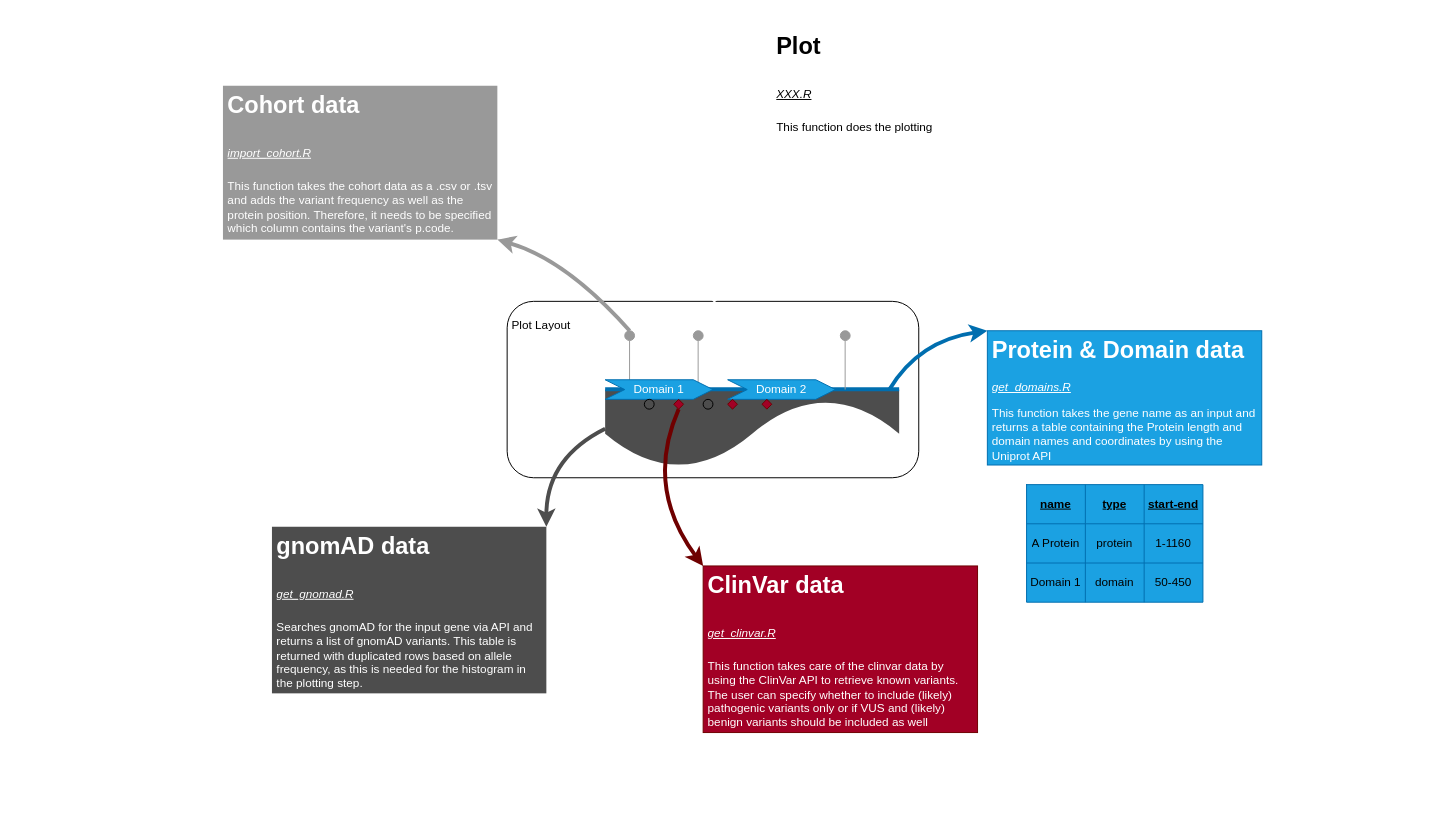
RJauss/LolliplotR keeps this draw.io diagram as images/functions_overview.drawio. Above is the earlier version. Source tidied: cells renumbered, new cells numbered last; positions are measured from the earlier drawing's top-left corner, leaving out a move shared by most shapes. Both pictures are drawn from the tidied source at 98%, with x=0, y=0 at pixel (222, 26).
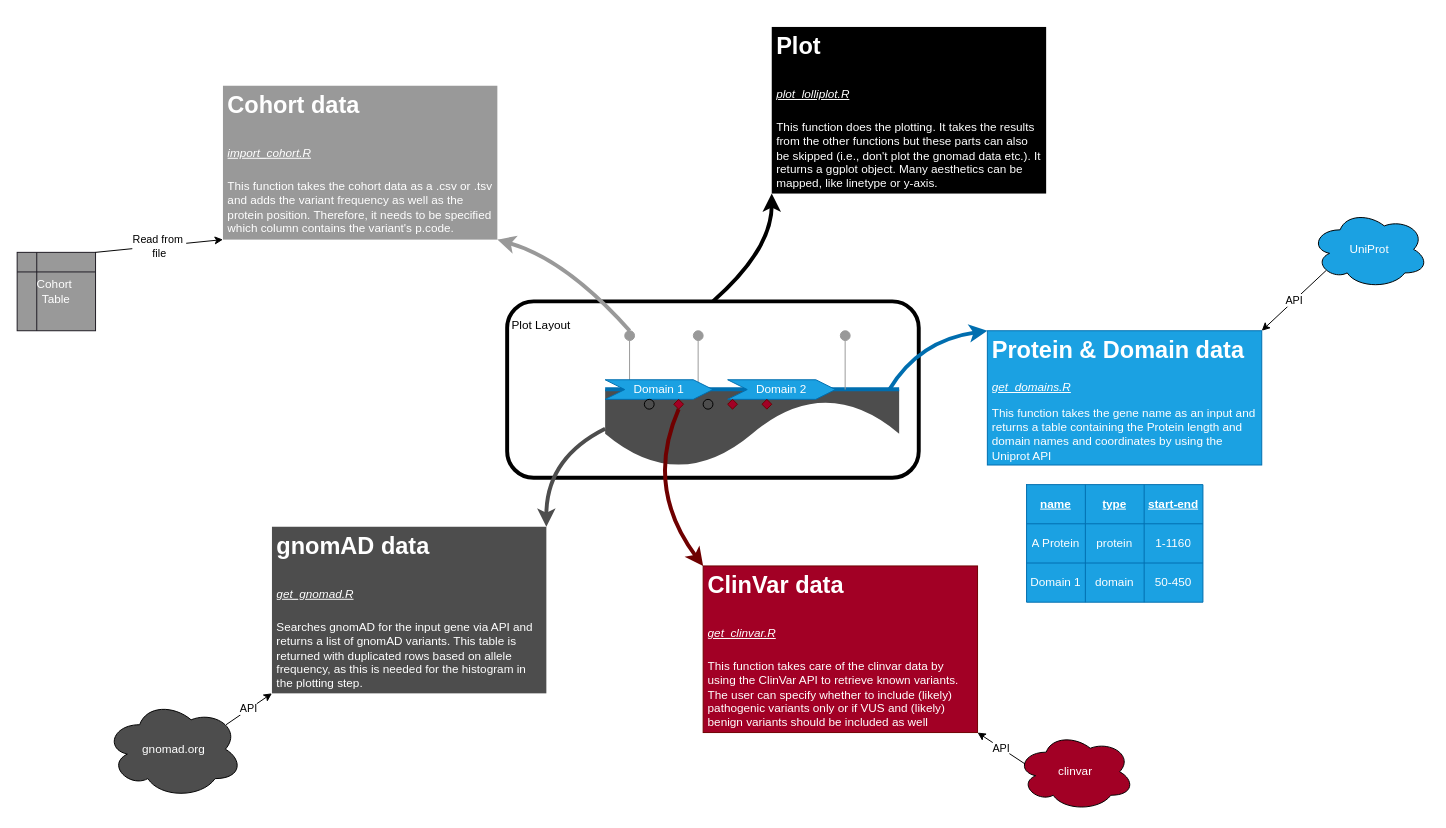
After the change.

Unchanged cells that the change refers to:
```xml
<mxCell id="19" value="&lt;h1&gt;Protein &amp;amp; Domain data&lt;/h1&gt;&lt;p&gt;&lt;u&gt;&lt;i&gt;get_domains.R&lt;/i&gt;&lt;/u&gt;&lt;/p&gt;&lt;p&gt;This function takes the gene name as an input and returns a table containing the Protein length and domain names and coordinates by using the Uniprot API&lt;/p&gt;" style="text;html=1;strokeColor=#006EAF;fillColor=#1ba1e2;spacing=5;spacingTop=-20;whiteSpace=wrap;overflow=hidden;rounded=0;fontColor=#ffffff;" parent="1" vertex="1">
  <mxGeometry x="780" y="310" width="280" height="137" as="geometry" />
</mxCell>
<mxCell id="22" style="shape=tableRow;horizontal=0;startSize=0;swimlaneHead=0;swimlaneBody=0;top=0;left=0;bottom=0;right=0;fillColor=none;strokeColor=default;" parent="21" vertex="1">
  <mxGeometry width="180" height="40" as="geometry" />
</mxCell>
<mxCell id="26" style="shape=tableRow;horizontal=0;startSize=0;swimlaneHead=0;swimlaneBody=0;top=0;left=0;bottom=0;right=0;fillColor=none;strokeColor=default;" parent="21" vertex="1">
  <mxGeometry y="40" width="180" height="40" as="geometry" />
</mxCell>
<mxCell id="30" style="shape=tableRow;horizontal=0;startSize=0;swimlaneHead=0;swimlaneBody=0;top=0;left=0;bottom=0;right=0;fillColor=none;strokeColor=default;" parent="21" vertex="1">
  <mxGeometry y="80" width="180" height="40" as="geometry" />
</mxCell>
<mxCell id="35" value="&lt;h1&gt;&lt;span style=&quot;background-color: initial;&quot;&gt;Cohort data&lt;/span&gt;&lt;/h1&gt;&lt;h1&gt;&lt;span style=&quot;background-color: initial;&quot;&gt;&lt;i style=&quot;font-size: 12px; font-weight: normal; text-decoration-line: underline;&quot;&gt;import_cohort.R&lt;/i&gt;&lt;/span&gt;&lt;br&gt;&lt;/h1&gt;&lt;p&gt;This function takes the cohort data as a .csv or .tsv and adds the variant frequency as well as the protein position. Therefore, it needs to be specified which column contains the variant's p.code.&lt;/p&gt;" style="text;html=1;strokeColor=none;fillColor=#999999;spacing=5;spacingTop=-20;whiteSpace=wrap;overflow=hidden;rounded=0;fontColor=#ffffff;" parent="1" vertex="1">
  <mxGeometry y="60" width="280" height="157" as="geometry" />
</mxCell>
<mxCell id="37" value="&lt;h1&gt;&lt;span style=&quot;background-color: initial;&quot;&gt;ClinVar data&lt;/span&gt;&lt;/h1&gt;&lt;h1&gt;&lt;span style=&quot;background-color: initial;&quot;&gt;&lt;i style=&quot;font-size: 12px; font-weight: normal; text-decoration-line: underline;&quot;&gt;get_clinvar.R&lt;/i&gt;&lt;/span&gt;&lt;br&gt;&lt;/h1&gt;&lt;p&gt;This function takes care of the clinvar data by using the ClinVar API to retrieve known variants. The user can specify whether to include (likely) pathogenic variants only or if VUS and (likely) benign variants should be included as well&lt;/p&gt;" style="text;html=1;strokeColor=#6F0000;fillColor=#a20025;spacing=5;spacingTop=-20;whiteSpace=wrap;overflow=hidden;rounded=0;fontColor=#ffffff;" parent="1" vertex="1">
  <mxGeometry x="490" y="550" width="280" height="170" as="geometry" />
</mxCell>
<mxCell id="38" value="&lt;h1&gt;&lt;span style=&quot;background-color: initial;&quot;&gt;gnomAD data&lt;/span&gt;&lt;/h1&gt;&lt;h1&gt;&lt;span style=&quot;background-color: initial;&quot;&gt;&lt;i style=&quot;font-size: 12px; font-weight: normal; text-decoration-line: underline;&quot;&gt;get_gnomad.R&lt;/i&gt;&lt;/span&gt;&lt;br&gt;&lt;/h1&gt;&lt;p&gt;Searches gnomAD for the input gene via API and returns a list of gnomAD variants. This table is returned with duplicated rows based on allele frequency, as this is needed for the histogram in the plotting step.&amp;nbsp;&lt;/p&gt;" style="text;html=1;strokeColor=none;fillColor=#4D4D4D;spacing=5;spacingTop=-20;whiteSpace=wrap;overflow=hidden;rounded=0;fontColor=#ffffff;" parent="1" vertex="1">
  <mxGeometry x="50" y="510" width="280" height="170" as="geometry" />
</mxCell>
```

Change to the diagram source:
```diff
@@
-    <mxCell id="2" style="rounded=1;whiteSpace=wrap;html=1;fillColor=none;" parent="1" vertex="1">
+    <mxCell id="2" style="rounded=1;whiteSpace=wrap;html=1;fillColor=none;strokeWidth=4;strokeColor=#000000;" parent="1" vertex="1">
       <mxGeometry x="290" y="280" width="420" height="180" as="geometry" />
     </mxCell>
@@
-    <mxCell id="21" style="shape=table;html=1;whiteSpace=wrap;startSize=0;childLayout=tableLayout;strokeColor=#006EAF;fillColor=#1ba1e2;fontColor=#ffffff;" parent="1" vertex="1">
+    <mxCell id="21" style="shape=table;html=1;whiteSpace=wrap;startSize=0;childLayout=tableLayout;strokeColor=#006EAF;fillColor=#1ba1e2;fontColor=#FFFFFF;" parent="1" vertex="1">
       <mxGeometry x="820" y="467" width="180" height="120" as="geometry" />
     </mxCell>
@@
-    <mxCell id="23" value="&lt;b&gt;&lt;u&gt;name&lt;/u&gt;&lt;/b&gt;" style="shape=partialRectangle;html=1;whiteSpace=wrap;fillColor=none;top=0;left=0;bottom=0;right=0;overflow=hidden;strokeColor=default;" parent="22" vertex="1">
+    <mxCell id="23" value="&lt;b&gt;&lt;u&gt;name&lt;/u&gt;&lt;/b&gt;" style="shape=partialRectangle;html=1;whiteSpace=wrap;fillColor=none;top=0;left=0;bottom=0;right=0;overflow=hidden;strokeColor=default;fontColor=#FFFFFF;" parent="22" vertex="1">
       <mxGeometry width="60" height="40" as="geometry" />
     </mxCell>
-    <mxCell id="24" value="&lt;b&gt;&lt;u&gt;type&lt;/u&gt;&lt;/b&gt;" style="shape=partialRectangle;html=1;whiteSpace=wrap;fillColor=none;top=0;left=0;bottom=0;right=0;overflow=hidden;strokeColor=default;" parent="22" vertex="1">
+    <mxCell id="24" value="&lt;b&gt;&lt;u&gt;type&lt;/u&gt;&lt;/b&gt;" style="shape=partialRectangle;html=1;whiteSpace=wrap;fillColor=none;top=0;left=0;bottom=0;right=0;overflow=hidden;strokeColor=default;fontColor=#FFFFFF;" parent="22" vertex="1">
       <mxGeometry x="60" width="60" height="40" as="geometry" />
     </mxCell>
-    <mxCell id="25" value="&lt;b&gt;&lt;u&gt;start-end&lt;/u&gt;&lt;/b&gt;" style="shape=partialRectangle;html=1;whiteSpace=wrap;fillColor=none;top=0;left=0;bottom=0;right=0;overflow=hidden;strokeColor=default;" parent="22" vertex="1">
+    <mxCell id="25" value="&lt;b&gt;&lt;u&gt;start-end&lt;/u&gt;&lt;/b&gt;" style="shape=partialRectangle;html=1;whiteSpace=wrap;fillColor=none;top=0;left=0;bottom=0;right=0;overflow=hidden;strokeColor=default;fontColor=#FFFFFF;" parent="22" vertex="1">
       <mxGeometry x="120" width="60" height="40" as="geometry" />
     </mxCell>
@@
-    <mxCell id="27" value="A Protein" style="shape=partialRectangle;html=1;whiteSpace=wrap;fillColor=none;top=0;left=0;bottom=0;right=0;overflow=hidden;strokeColor=default;" parent="26" vertex="1">
+    <mxCell id="27" value="A Protein" style="shape=partialRectangle;html=1;whiteSpace=wrap;fillColor=none;top=0;left=0;bottom=0;right=0;overflow=hidden;strokeColor=default;fontColor=#FFFFFF;" parent="26" vertex="1">
       <mxGeometry width="60" height="40" as="geometry" />
     </mxCell>
-    <mxCell id="28" value="protein" style="shape=partialRectangle;html=1;whiteSpace=wrap;fillColor=none;top=0;left=0;bottom=0;right=0;overflow=hidden;strokeColor=default;" parent="26" vertex="1">
+    <mxCell id="28" value="protein" style="shape=partialRectangle;html=1;whiteSpace=wrap;fillColor=none;top=0;left=0;bottom=0;right=0;overflow=hidden;strokeColor=default;fontColor=#FFFFFF;" parent="26" vertex="1">
       <mxGeometry x="60" width="60" height="40" as="geometry" />
     </mxCell>
-    <mxCell id="29" value="1-1160" style="shape=partialRectangle;html=1;whiteSpace=wrap;fillColor=none;top=0;left=0;bottom=0;right=0;overflow=hidden;strokeColor=default;" parent="26" vertex="1">
+    <mxCell id="29" value="1-1160" style="shape=partialRectangle;html=1;whiteSpace=wrap;fillColor=none;top=0;left=0;bottom=0;right=0;overflow=hidden;strokeColor=default;fontColor=#FFFFFF;" parent="26" vertex="1">
       <mxGeometry x="120" width="60" height="40" as="geometry" />
     </mxCell>
@@
-    <mxCell id="31" value="Domain 1" style="shape=partialRectangle;html=1;whiteSpace=wrap;fillColor=none;top=0;left=0;bottom=0;right=0;overflow=hidden;strokeColor=default;" parent="30" vertex="1">
+    <mxCell id="31" value="Domain 1" style="shape=partialRectangle;html=1;whiteSpace=wrap;fillColor=none;top=0;left=0;bottom=0;right=0;overflow=hidden;strokeColor=default;fontColor=#FFFFFF;" parent="30" vertex="1">
       <mxGeometry width="60" height="40" as="geometry" />
     </mxCell>
-    <mxCell id="32" value="domain" style="shape=partialRectangle;html=1;whiteSpace=wrap;fillColor=none;top=0;left=0;bottom=0;right=0;overflow=hidden;strokeColor=default;" parent="30" vertex="1">
+    <mxCell id="32" value="domain" style="shape=partialRectangle;html=1;whiteSpace=wrap;fillColor=none;top=0;left=0;bottom=0;right=0;overflow=hidden;strokeColor=default;fontColor=#FFFFFF;" parent="30" vertex="1">
       <mxGeometry x="60" width="60" height="40" as="geometry" />
     </mxCell>
-    <mxCell id="33" value="50-450" style="shape=partialRectangle;html=1;whiteSpace=wrap;fillColor=none;top=0;left=0;bottom=0;right=0;overflow=hidden;strokeColor=default;" parent="30" vertex="1">
+    <mxCell id="33" value="50-450" style="shape=partialRectangle;html=1;whiteSpace=wrap;fillColor=none;top=0;left=0;bottom=0;right=0;overflow=hidden;strokeColor=default;fontColor=#FFFFFF;" parent="30" vertex="1">
       <mxGeometry x="120" width="60" height="40" as="geometry" />
     </mxCell>
@@
-    <mxCell id="40" value="&lt;h1&gt;&lt;span style=&quot;background-color: initial;&quot;&gt;&lt;font color=&quot;#000000&quot;&gt;Plot&lt;/font&gt;&lt;/span&gt;&lt;/h1&gt;&lt;h1&gt;&lt;font color=&quot;#000000&quot;&gt;&lt;i style=&quot;background-color: initial; font-size: 12px; font-weight: normal; text-decoration-line: underline;&quot;&gt;XXX.R&lt;/i&gt;&lt;br&gt;&lt;/font&gt;&lt;/h1&gt;&lt;p&gt;&lt;font color=&quot;#000000&quot;&gt;This function does the plotting&lt;/font&gt;&lt;/p&gt;" style="text;html=1;strokeColor=none;fillColor=#FFFFFF;spacing=5;spacingTop=-20;whiteSpace=wrap;overflow=hidden;rounded=0;fontColor=#ffffff;" parent="1" vertex="1">
+    <mxCell id="40" value="&lt;h1&gt;&lt;font style=&quot;&quot; color=&quot;#ffffff&quot;&gt;Plot&lt;/font&gt;&lt;/h1&gt;&lt;h1&gt;&lt;font color=&quot;#ffffff&quot;&gt;&lt;i style=&quot;font-size: 12px; font-weight: normal; text-decoration-line: underline;&quot;&gt;plot_lolliplot.R&lt;/i&gt;&lt;br&gt;&lt;/font&gt;&lt;/h1&gt;&lt;p&gt;&lt;font color=&quot;#ffffff&quot;&gt;This function does the plotting. It takes the results from the other functions but these parts can also be skipped (i.e., don't plot the gnomad data etc.). It returns a ggplot object. Many aesthetics can be mapped, like linetype or y-axis.&lt;/font&gt;&lt;/p&gt;" style="text;html=1;spacing=5;spacingTop=-20;whiteSpace=wrap;overflow=hidden;rounded=0;fillColor=#000000;" parent="1" vertex="1">
       <mxGeometry x="560" width="280" height="170" as="geometry" />
     </mxCell>
-    <mxCell id="41" style="endArrow=classic;html=1;strokeColor=#FFFFFF;strokeWidth=4;fillColor=#1ba1e2;entryX=0;entryY=1;entryDx=0;entryDy=0;curved=1;exitX=0.5;exitY=0;exitDx=0;exitDy=0;" parent="1" edge="1" source="2" target="40">
+    <mxCell id="41" style="endArrow=classic;html=1;strokeWidth=4;entryX=0;entryY=1;entryDx=0;entryDy=0;curved=1;exitX=0.5;exitY=0;exitDx=0;exitDy=0;" parent="1" edge="1" source="2" target="40">
       <mxGeometry relative="1" as="geometry">
         <Array as="points">
           <mxPoint x="560" y="227" />
         </Array>
       </mxGeometry>
     </mxCell>
+    <mxCell id="42" value="&lt;font color=&quot;#ffffff&quot;&gt;gnomad.org&lt;/font&gt;" style="ellipse;shape=cloud;whiteSpace=wrap;html=1;fillColor=#4d4d4d;" parent="1" vertex="1">
+      <mxGeometry x="-120" y="687" width="140" height="100" as="geometry" />
+    </mxCell>
+    <mxCell id="43" value="API" style="endArrow=classic;html=1;exitX=0.88;exitY=0.25;exitDx=0;exitDy=0;exitPerimeter=0;entryX=0;entryY=1;entryDx=0;entryDy=0;" parent="1" edge="1" source="42" target="38">
+      <mxGeometry relative="1" as="geometry" />
+    </mxCell>
+    <mxCell id="44" value="&lt;font color=&quot;#ffffff&quot;&gt;clinvar&lt;/font&gt;" style="ellipse;shape=cloud;whiteSpace=wrap;html=1;fillColor=#a20025;" parent="1" vertex="1">
+      <mxGeometry x="810" y="720" width="120" height="80" as="geometry" />
+    </mxCell>
+    <mxCell id="45" value="API" style="endArrow=classic;html=1;exitX=0.07;exitY=0.4;exitDx=0;exitDy=0;exitPerimeter=0;entryX=1;entryY=1;entryDx=0;entryDy=0;" parent="1" edge="1" source="44" target="37">
+      <mxGeometry relative="1" as="geometry" />
+    </mxCell>
+    <mxCell id="46" value="&lt;font color=&quot;#ffffff&quot;&gt;UniProt&lt;/font&gt;" style="ellipse;shape=cloud;whiteSpace=wrap;html=1;fillColor=#1ba1e2;" parent="1" vertex="1">
+      <mxGeometry x="1110" y="187" width="120" height="80" as="geometry" />
+    </mxCell>
+    <mxCell id="47" value="API" style="endArrow=classic;html=1;exitX=0.13;exitY=0.77;exitDx=0;exitDy=0;exitPerimeter=0;entryX=1;entryY=0;entryDx=0;entryDy=0;" parent="1" edge="1" source="46" target="19">
+      <mxGeometry relative="1" as="geometry" />
+    </mxCell>
+    <mxCell id="48" value="&lt;font color=&quot;#ffffff&quot;&gt;Cohort&amp;nbsp;&lt;br&gt;Table&lt;/font&gt;" style="shape=internalStorage;whiteSpace=wrap;html=1;backgroundOutline=1;strokeColor=#1e1b23;fillColor=#999999;" parent="1" vertex="1">
+      <mxGeometry x="-210" y="230" width="80" height="80" as="geometry" />
+    </mxCell>
+    <mxCell id="49" style="endArrow=classic;html=1;exitX=1;exitY=0;exitDx=0;exitDy=0;entryX=0;entryY=1;entryDx=0;entryDy=0;" parent="1" edge="1" source="48" target="35">
+      <mxGeometry relative="1" as="geometry" />
+    </mxCell>
+    <mxCell id="50" value="Read from&amp;nbsp;&lt;br&gt;file" style="edgeLabel;html=1;align=center;verticalAlign=middle;strokeColor=#a20025;fillColor=#1ba1e2;rotation=0;" parent="49" vertex="1">
+      <mxGeometry relative="1" as="geometry" />
+    </mxCell>
```
